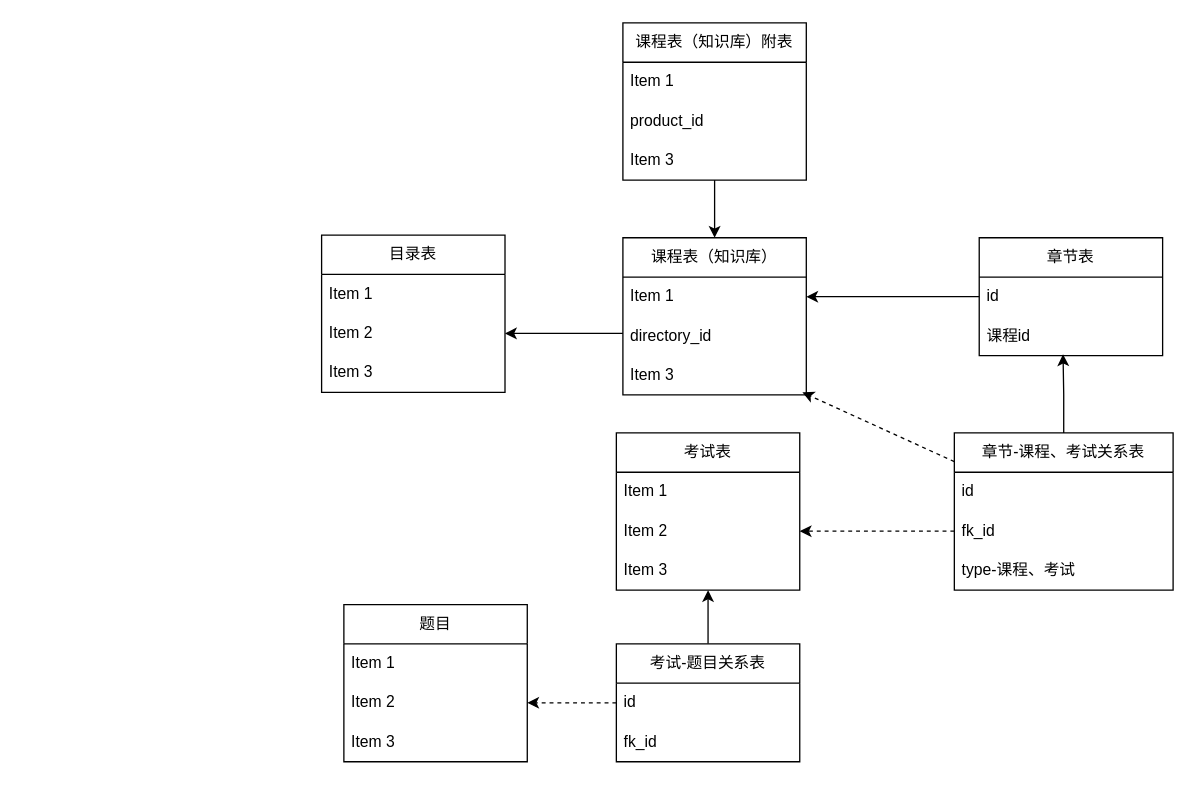
The draw.io diagram 尚学堂-知识库设计.drawio in ammengke/my-drawio, before the edit. Source tidied: cells renumbered, new cells numbered last; positions are measured from the earlier drawing's top-left corner, leaving out a move shared by most shapes. Both pictures are drawn from the tidied source at 131%, with x=0, y=0 at pixel (321, 22).
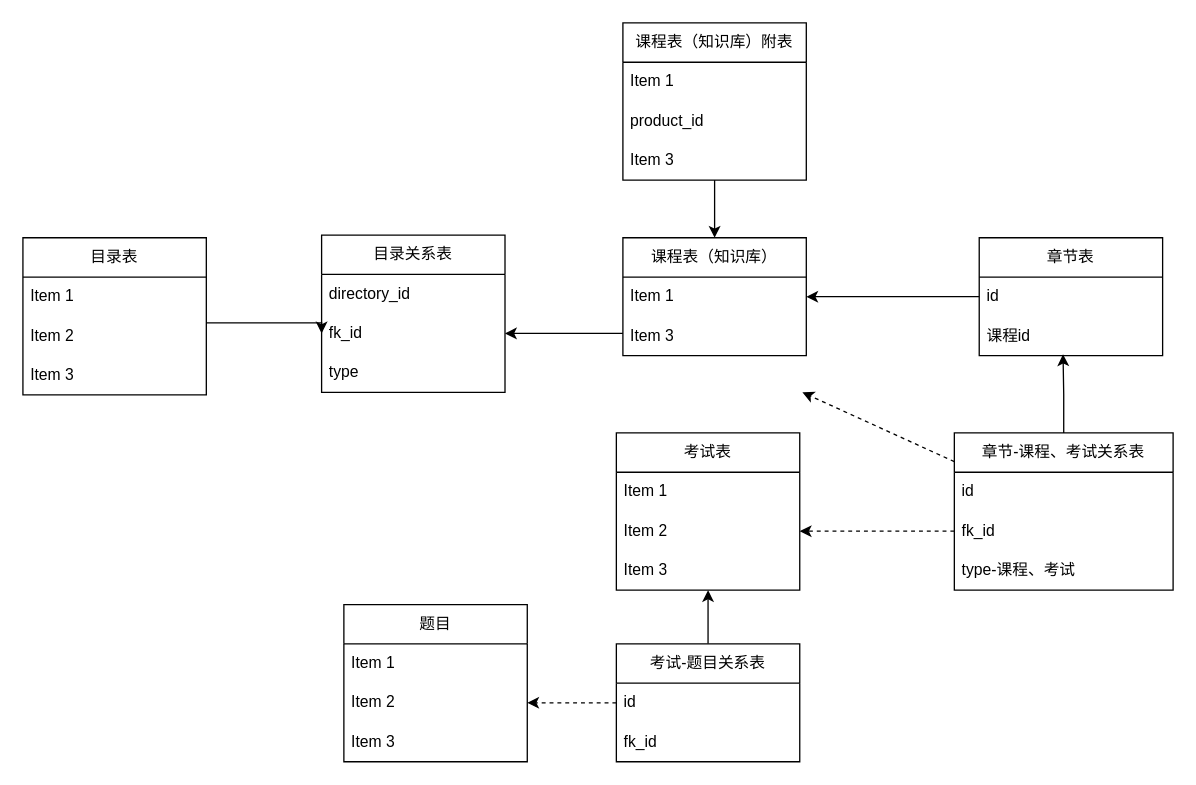
The same diagram, later.

Commit message:
更新尚学堂-知识库设计.drawio

What changed in the source:
```diff
@@
     <mxCell id="3" value="课程表（知识库）" style="swimlane;fontStyle=0;horizontal=1;startSize=30;whiteSpace=wrap;html=1;" parent="1" vertex="1">
-      <mxGeometry x="230" y="164" width="140" height="120" as="geometry" />
+      <mxGeometry x="230" y="164" width="140" height="90" as="geometry" />
     </mxCell>
@@
-    <mxCell id="5" value="directory_id" style="text;strokeColor=none;fillColor=none;align=left;verticalAlign=middle;spacingLeft=4;spacingRight=4;overflow=hidden;whiteSpace=wrap;html=1;" parent="3" vertex="1">
-      <mxGeometry y="60" width="140" height="30" as="geometry" />
-    </mxCell>
     <mxCell id="6" value="Item 3" style="text;strokeColor=none;fillColor=none;align=left;verticalAlign=middle;spacingLeft=4;spacingRight=4;overflow=hidden;whiteSpace=wrap;html=1;" parent="3" vertex="1">
-      <mxGeometry y="90" width="140" height="30" as="geometry" />
+      <mxGeometry y="60" width="140" height="30" as="geometry" />
     </mxCell>
@@
-    <mxCell id="31" value="目录表" style="swimlane;fontStyle=0;horizontal=1;startSize=30;whiteSpace=wrap;html=1;" parent="1" vertex="1">
+    <mxCell id="31" value="目录关系表" style="swimlane;fontStyle=0;horizontal=1;startSize=30;whiteSpace=wrap;html=1;" parent="1" vertex="1">
       <mxGeometry y="162" width="140" height="120" as="geometry" />
     </mxCell>
-    <mxCell id="32" value="Item 1" style="text;strokeColor=none;fillColor=none;align=left;verticalAlign=middle;spacingLeft=4;spacingRight=4;overflow=hidden;whiteSpace=wrap;html=1;" parent="31" vertex="1">
+    <mxCell id="32" value="directory_id" style="text;strokeColor=none;fillColor=none;align=left;verticalAlign=middle;spacingLeft=4;spacingRight=4;overflow=hidden;whiteSpace=wrap;html=1;" parent="31" vertex="1">
       <mxGeometry y="30" width="140" height="30" as="geometry" />
     </mxCell>
-    <mxCell id="33" value="Item 2" style="text;strokeColor=none;fillColor=none;align=left;verticalAlign=middle;spacingLeft=4;spacingRight=4;overflow=hidden;points=[[0,0.5],[1,0.5]];portConstraint=eastwest;whiteSpace=wrap;html=1;" parent="31" vertex="1">
+    <mxCell id="33" value="fk_id" style="text;strokeColor=none;fillColor=none;align=left;verticalAlign=middle;spacingLeft=4;spacingRight=4;overflow=hidden;points=[[0,0.5],[1,0.5]];portConstraint=eastwest;whiteSpace=wrap;html=1;" parent="31" vertex="1">
       <mxGeometry y="60" width="140" height="30" as="geometry" />
     </mxCell>
-    <mxCell id="34" value="Item 3" style="text;strokeColor=none;fillColor=none;align=left;verticalAlign=middle;spacingLeft=4;spacingRight=4;overflow=hidden;whiteSpace=wrap;html=1;" parent="31" vertex="1">
+    <mxCell id="34" value="type" style="text;strokeColor=none;fillColor=none;align=left;verticalAlign=middle;spacingLeft=4;spacingRight=4;overflow=hidden;whiteSpace=wrap;html=1;" parent="31" vertex="1">
       <mxGeometry y="90" width="140" height="30" as="geometry" />
     </mxCell>
@@
+    <mxCell id="40" style="edgeStyle=orthogonalEdgeStyle;rounded=0;jettySize=auto;html=1;entryX=0;entryY=0.5;entryDx=0;entryDy=0;" parent="1" edge="1" source="41" target="33">
+      <mxGeometry relative="1" as="geometry">
+        <Array as="points">
+          <mxPoint y="229" />
+        </Array>
+      </mxGeometry>
+    </mxCell>
+    <mxCell id="41" value="目录表" style="swimlane;fontStyle=0;horizontal=1;startSize=30;whiteSpace=wrap;html=1;" parent="1" vertex="1">
+      <mxGeometry x="-228" y="164" width="140" height="120" as="geometry" />
+    </mxCell>
+    <mxCell id="42" value="Item 1" style="text;strokeColor=none;fillColor=none;align=left;verticalAlign=middle;spacingLeft=4;spacingRight=4;overflow=hidden;whiteSpace=wrap;html=1;" parent="41" vertex="1">
+      <mxGeometry y="30" width="140" height="30" as="geometry" />
+    </mxCell>
+    <mxCell id="43" value="Item 2" style="text;strokeColor=none;fillColor=none;align=left;verticalAlign=middle;spacingLeft=4;spacingRight=4;overflow=hidden;whiteSpace=wrap;html=1;" parent="41" vertex="1">
+      <mxGeometry y="60" width="140" height="30" as="geometry" />
+    </mxCell>
+    <mxCell id="44" value="Item 3" style="text;strokeColor=none;fillColor=none;align=left;verticalAlign=middle;spacingLeft=4;spacingRight=4;overflow=hidden;whiteSpace=wrap;html=1;" parent="41" vertex="1">
+      <mxGeometry y="90" width="140" height="30" as="geometry" />
+    </mxCell>
```
